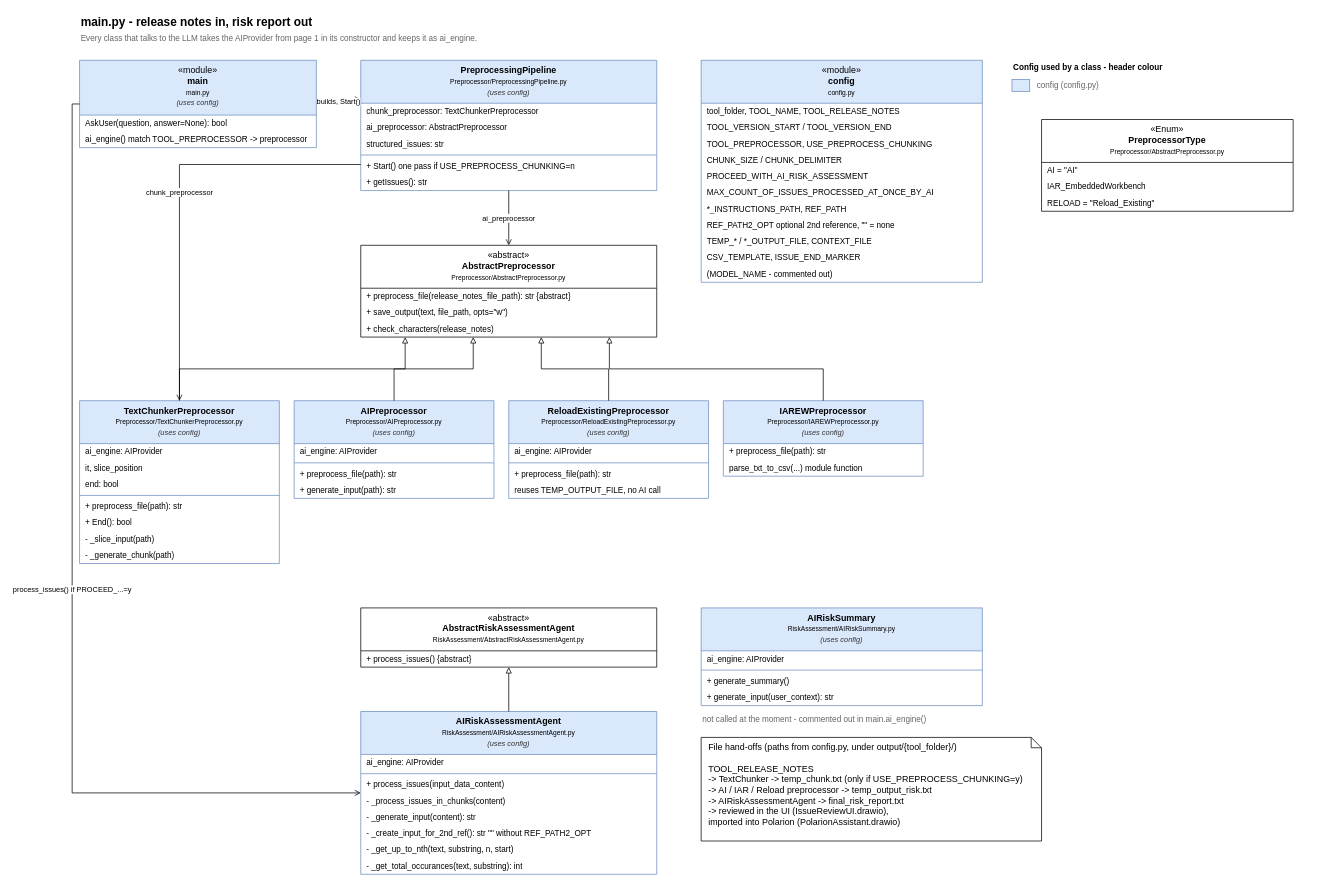
Above: page "2 - AI engine" (2 of 3) of ClassDiagram/AIAssistant.drawio in kaw-7/ai-assistant (draw.io), before the change. Source tidied: cells renumbered, new cells numbered last; positions are measured from the earlier drawing's top-left corner, leaving out a move shared by most shapes. Both pictures are drawn from the tidied source at 74%, with x=0, y=0 at pixel (79, 13).
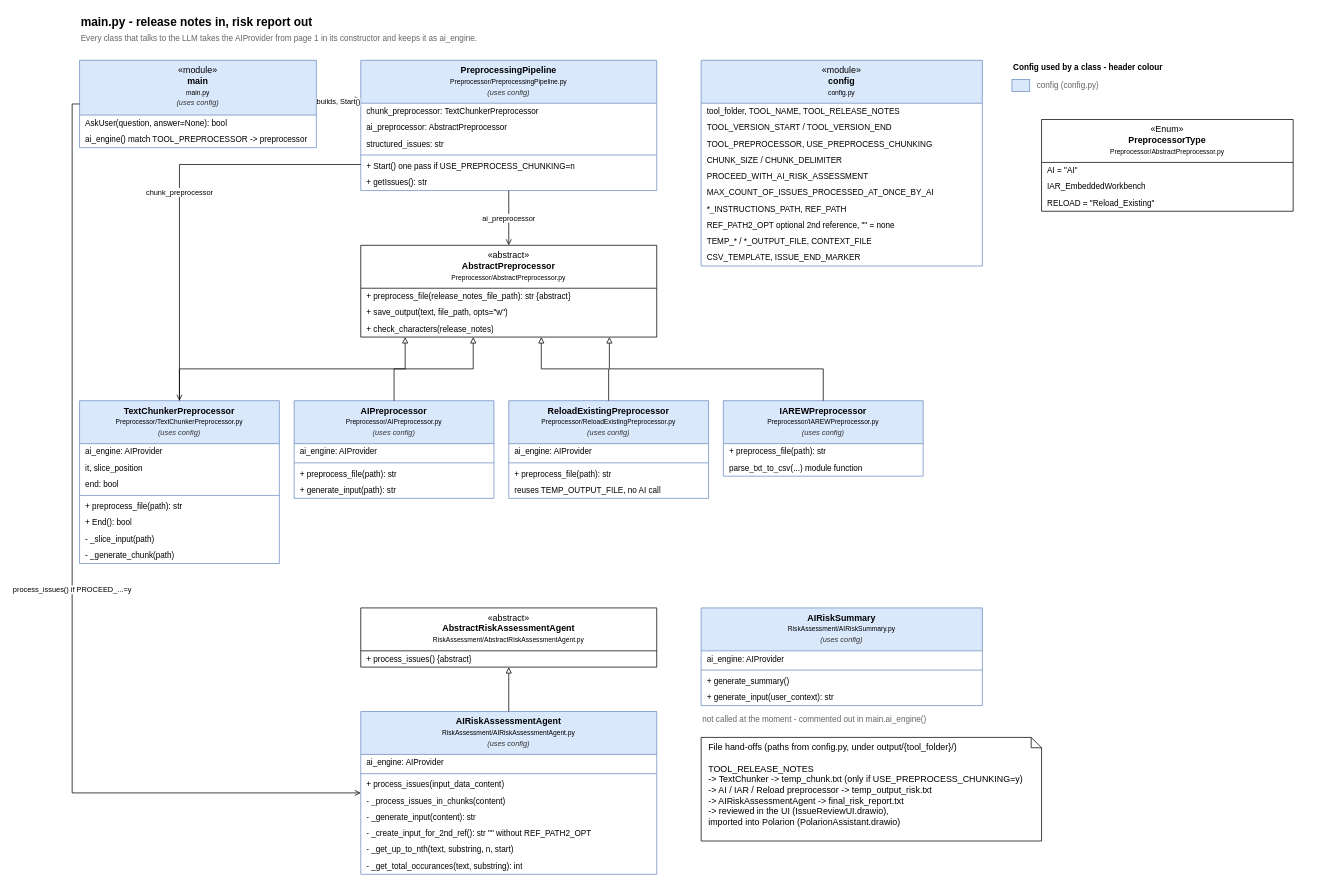
After the change.

The edit, as a diff of the source:
```diff
@@
     <mxCell id="14" value="&amp;laquo;module&amp;raquo;&lt;br&gt;&lt;b&gt;config&lt;/b&gt;&lt;br&gt;&lt;font style=&quot;font-size:9px&quot;&gt;config.py&lt;/font&gt;" style="swimlane;fontStyle=0;horizontal=1;startSize=58;html=1;whiteSpace=wrap;verticalAlign=top;align=center;strokeWidth=1;fillColor=#DAE8FC;strokeColor=#6C8EBF;" parent="1" vertex="1">
-      <mxGeometry x="840" y="64" width="380" height="300" as="geometry" />
+      <mxGeometry x="840" y="64" width="380" height="278" as="geometry" />
     </mxCell>
@@
-    <mxCell id="25" value="(MODEL_NAME - commented out)" style="text;strokeColor=none;fillColor=none;align=left;verticalAlign=middle;spacingLeft=6;spacingRight=6;overflow=hidden;whiteSpace=wrap;html=1;fontSize=11;" parent="14" vertex="1">
-      <mxGeometry y="278" width="380" height="22" as="geometry" />
-    </mxCell>
```
